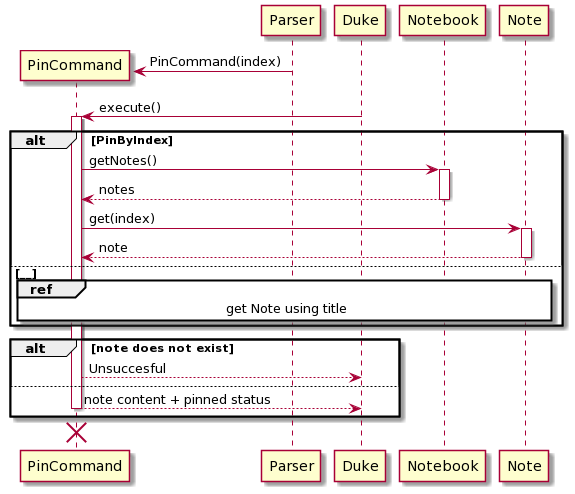
Before: docs/diagrams/out/PinCommand.png, a diagram exported from PlantUML (nus-cs2113-AY2021S1/tp). Its diagram source:
```plantuml
@startuml
create PinCommand
activate PinCommand

Parser -> PinCommand : PinCommand(index)
deactivate PinCommand

Duke -> PinCommand: execute()
activate PinCommand

alt PinByIndex

    PinCommand -> Notebook: getNotes()
    activate Notebook
    Notebook --> PinCommand: notes
    deactivate Notebook

    PinCommand -> Note: get(index)
    activate Note
    Note --> PinCommand: note
    deactivate Note

else __
ref over PinCommand, Notebook, Note: get Note using title

end

alt note does not exist

    PinCommand --> Duke: Unsuccesful

else

    PinCommand --> Duke: note content + pinned status
    deactivate PinCommand

end

destroy PinCommand
@enduml
```
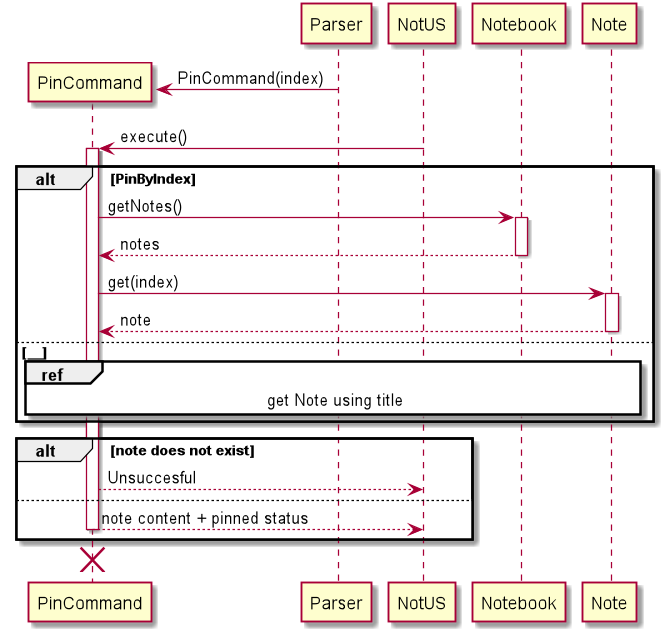
Above is the later version.

Diff of the diagram source:
```diff
@@ -5,7 +5,7 @@
 Parser -> PinCommand : PinCommand(index)
 deactivate PinCommand
 
-Duke -> PinCommand: execute()
+NotUS -> PinCommand: execute()
 activate PinCommand
 
 alt PinByIndex
@@ -27,11 +27,11 @@
 
 alt note does not exist
 
-    PinCommand --> Duke: Unsuccesful
+    PinCommand --> NotUS: Unsuccesful
 
 else
 
-    PinCommand --> Duke: note content + pinned status
+    PinCommand --> NotUS: note content + pinned status
     deactivate PinCommand
 
 end
```
